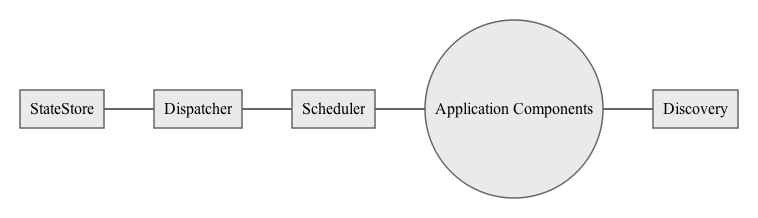
Before: core.mermaid.png, a diagram exported from Mermaid (asbjornenge/dux). Its source is kept beside it as core.mermaid.
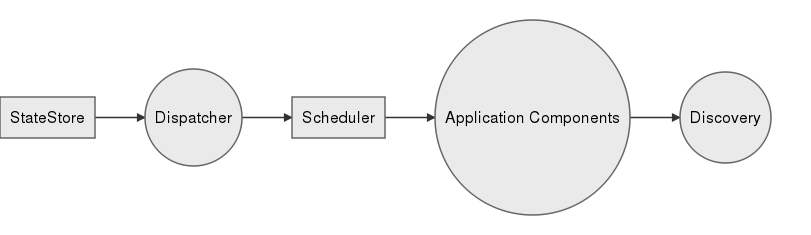
After the commit.

Commit message:
Added some notes about the dispatcher and update the designs

What changed in the source:
```diff
@@ -1,9 +1,9 @@
 graph LR;
 
 	StateStore;
-	Dispatcher;
+	Dispatcher((Dispatcher));
 	Scheduler;
-	Discovery;
+	Discovery((Discovery));
 	Applications((Application Components));
 
 	StateStore --> Dispatcher
```
